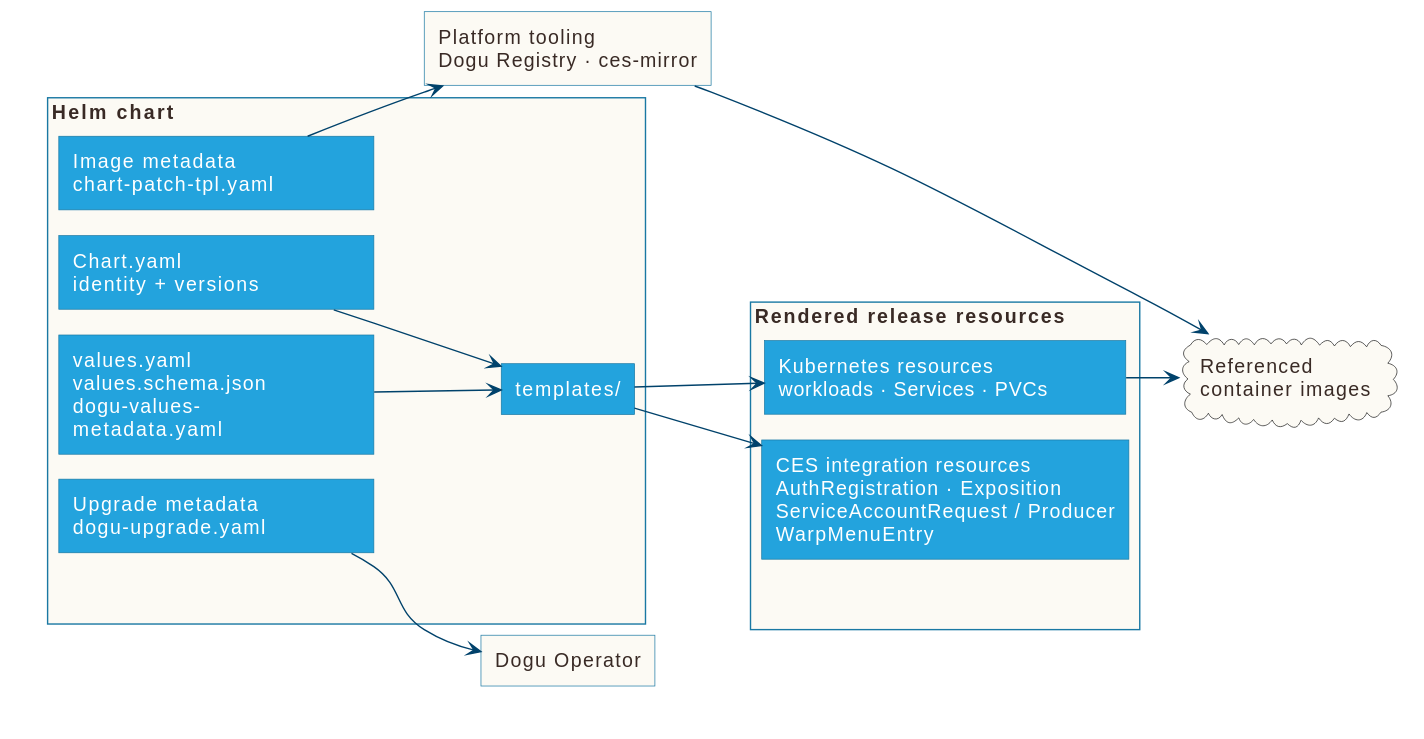
Above: docs/v3/images/artifacts.svg in cloudogu/dogu-development-docs (PlantUML), before the change.
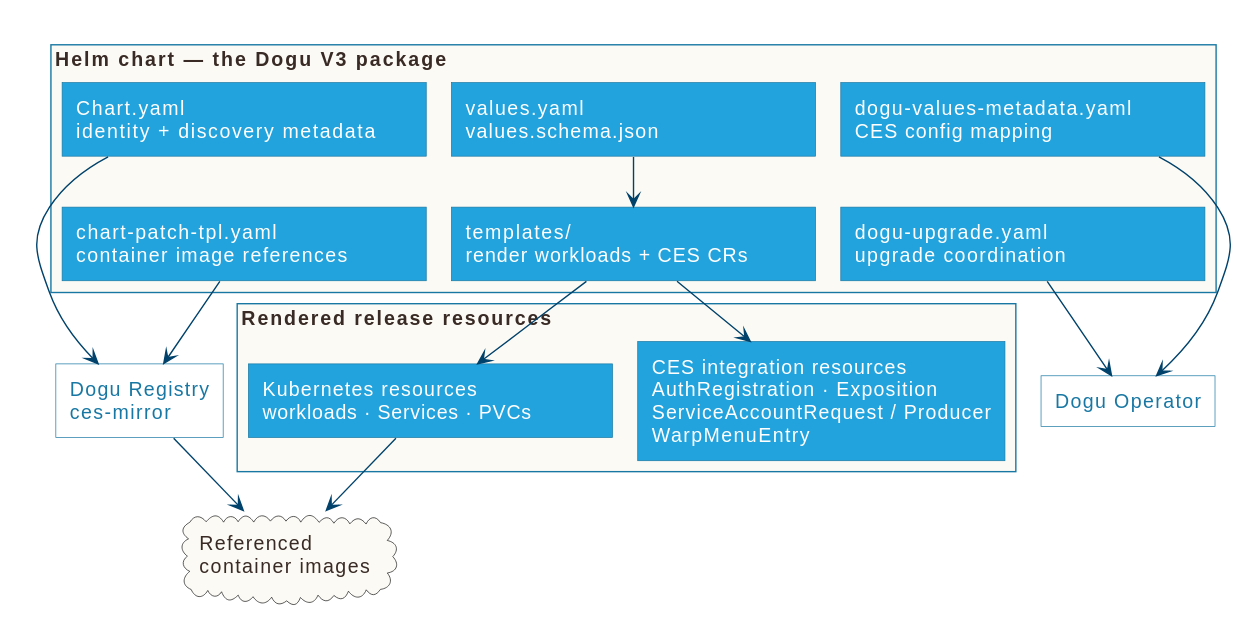
After the commit.

Commit message:
#90 Improve Dogu V3 artifacts diagram layout and mapping

What changed in the source:
```diff
@@ -8,7 +8,7 @@
 skinparam rectangleRoundCorner 0
 skinparam shadowing false
 hide stereotype
-left to right direction
+top to bottom direction
 
 <style>
 root {
@@ -22,45 +22,52 @@
     LineColor #1978A3
     HorizontalAlignment left
   }
-  .leftArtifact {
-    MinimumWidth 205
+  .artifact {
+    MinimumWidth 240
     HorizontalAlignment left
   }
-  .renderedArtifact {
-    MinimumWidth 238
+  .system {
+    BackgroundColor white
+    FontColor #1978A3
+    LineColor #1978A3
     HorizontalAlignment left
   }
 }
 </style>
 
-rectangle "Helm chart" as chart <<group>> {
-  together {
-    rectangle "Chart.yaml\nidentity + versions" as metadata <<leftArtifact>>
-    rectangle "values.yaml\nvalues.schema.json\ndogu-values-\nmetadata.yaml" as config <<leftArtifact>>
-    rectangle "Image metadata\nchart-patch-tpl.yaml" as imageMetadata <<leftArtifact>>
-    rectangle "Upgrade metadata\ndogu-upgrade.yaml" as upgradeMetadata <<leftArtifact>>
-  }
-  rectangle "templates/" as templates
+rectangle "Helm chart — the Dogu V3 package" as chart <<group>> {
+  rectangle "Chart.yaml\nidentity + discovery metadata" as metadata <<artifact>>
+  rectangle "values.yaml\nvalues.schema.json" as config <<artifact>>
+  rectangle "dogu-values-metadata.yaml\nCES config mapping" as valuesMeta <<artifact>>
+  rectangle "chart-patch-tpl.yaml\ncontainer image references" as imageMeta <<artifact>>
+  rectangle "dogu-upgrade.yaml\nupgrade coordination" as upgradeMeta <<artifact>>
+  rectangle "templates/\nrender workloads + CES CRs" as templates <<artifact>>
+
+  metadata -[hidden]right-> config
+  config -[hidden]right-> valuesMeta
+  imageMeta -[hidden]right-> upgradeMeta
+  upgradeMeta -[hidden]right-> templates
 }
 
-cloud "Referenced\ncontainer images" as images #FCFAF4
-rectangle "Platform tooling\nDogu Registry · ces-mirror" as tooling <<group>>
-rectangle "Dogu Operator" as operator <<group>>
 rectangle "Rendered release resources" as rendered <<group>> {
-  together {
-    rectangle "Kubernetes resources\nworkloads · Services · PVCs" as k8s <<renderedArtifact>>
-    rectangle "CES integration resources\nAuthRegistration · Exposition\nServiceAccountRequest / Producer\nWarpMenuEntry" as ces <<renderedArtifact>>
-  }
+  rectangle "Kubernetes resources\nworkloads · Services · PVCs" as k8s <<artifact>>
+  rectangle "CES integration resources\nAuthRegistration · Exposition\nServiceAccountRequest / Producer\nWarpMenuEntry" as ces <<artifact>>
+  k8s -[hidden]right-> ces
 }
 
-chart -[hidden]right-> rendered
-rendered -[hidden]right-> images
-metadata --> templates
+rectangle "Dogu Registry\nces-mirror" as registry <<system>>
+rectangle "Dogu Operator" as operator <<system>>
+cloud "Referenced\ncontainer images" as images #FCFAF4
+
 config --> templates
 templates --> k8s
 templates --> ces
-imageMetadata --> tooling
-tooling --> images
-upgradeMetadata --> operator
 k8s --> images
+
+metadata --> registry
+imageMeta --> registry
+registry --> images
+
+valuesMeta --> operator
+upgradeMeta --> operator
 @enduml
```
